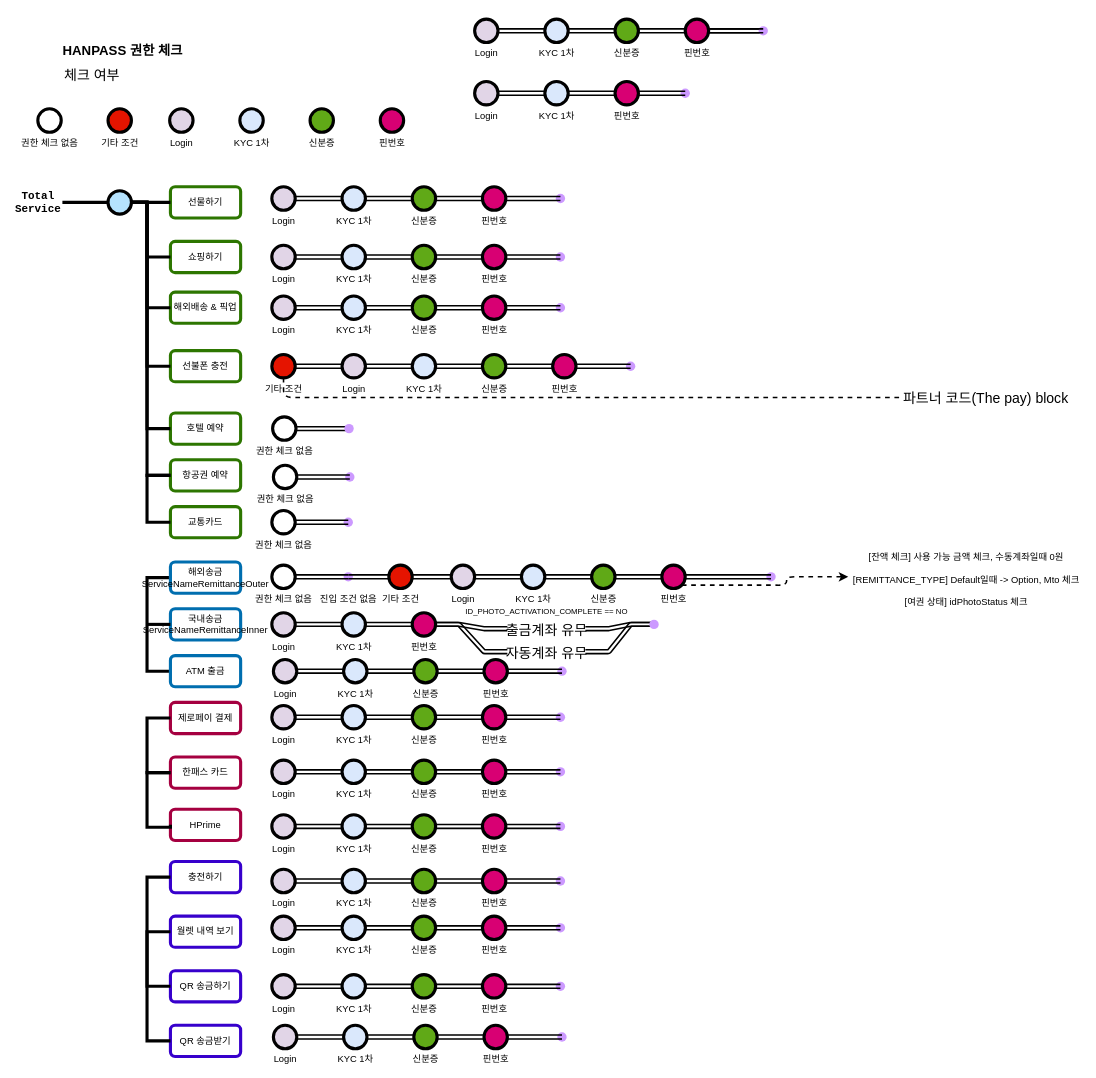
Above: [대외비] iOS 권한 체크 .drawio in kwangho2716/Auth_Draw_Gram (draw.io), before the change. Source tidied: cells renumbered, new cells numbered last; positions are measured from the earlier drawing's top-left corner, leaving out a move shared by most shapes. Both pictures are drawn from the tidied source at 78%, with x=0, y=0 at pixel (13, 15).
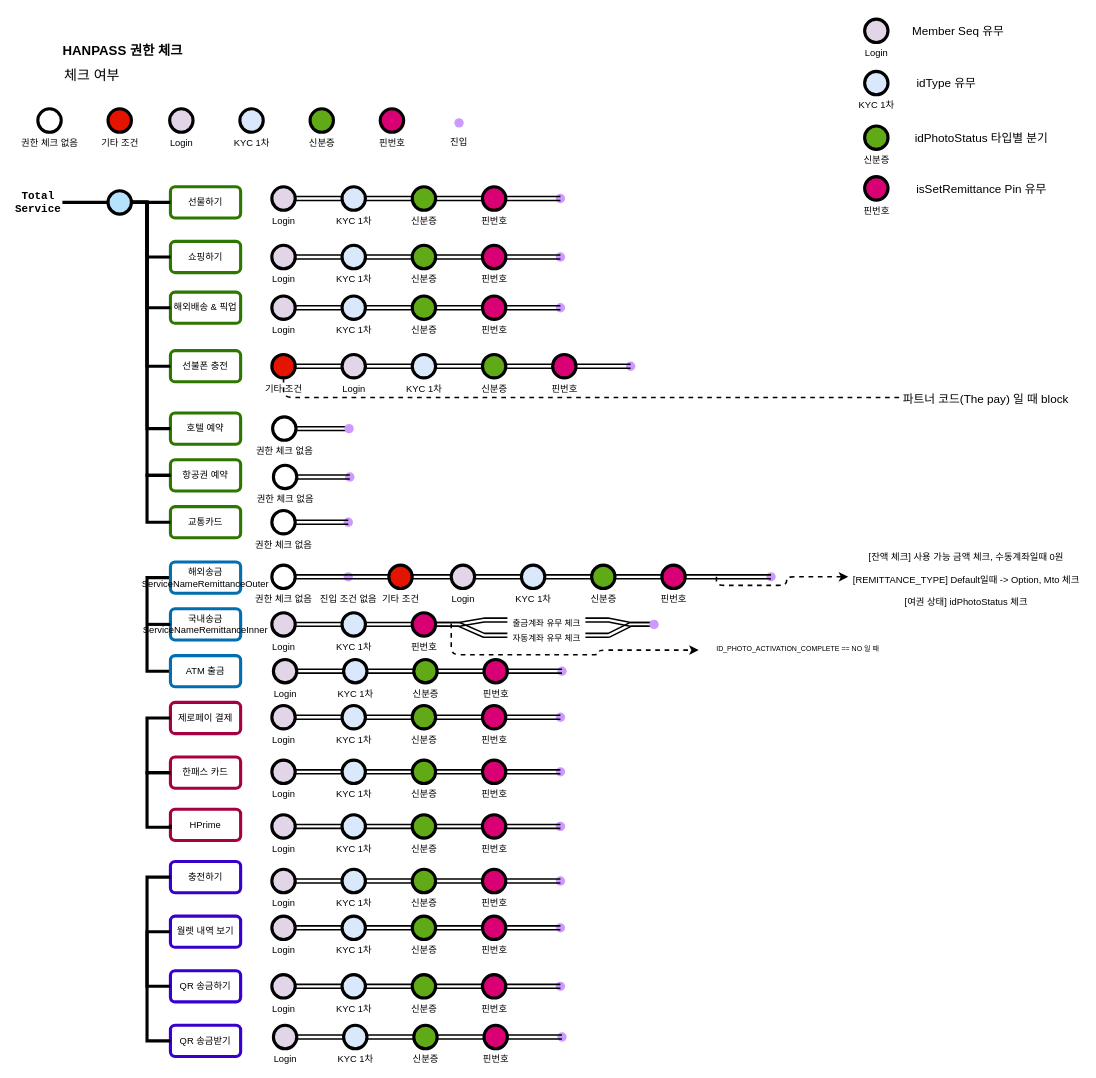
Above is the later version.

Commit message:
[대외비] iOS 권한 체크 .drawio 업데이트

Unchanged cells that the change refers to:
```xml
<mxCell id="204" value="&lt;font color=&quot;#000000&quot;&gt;핀번호&lt;/font&gt;" style="verticalLabelPosition=bottom;verticalAlign=top;html=1;strokeWidth=4;shape=mxgraph.flowchart.on-page_reference;strokeColor=default;fillColor=#d80073;fontColor=#ffffff;" parent="200" vertex="1">
  <mxGeometry x="180" y="5" width="30" height="30" as="geometry" />
</mxCell>
<mxCell id="222" value="&lt;font color=&quot;#000000&quot;&gt;핀번호&lt;/font&gt;" style="verticalLabelPosition=bottom;verticalAlign=top;html=1;strokeWidth=4;shape=mxgraph.flowchart.on-page_reference;strokeColor=default;fillColor=#d80073;fontColor=#ffffff;" parent="216" vertex="1">
  <mxGeometry x="270" y="5" width="30" height="30" as="geometry" />
</mxCell>
<mxCell id="230" value="&lt;span style=&quot;font-size: 12px; font-weight: 400;&quot;&gt;[잔액 체크] 사용 가능 금액 체크, 수동계좌일때 0원&lt;br&gt;[REMITTANCE_TYPE] Default일때 -&amp;gt; Option, Mto 체크&lt;br&gt;[여권 상태] idPhotoStatus 체크&lt;br&gt;&lt;/span&gt;" style="text;strokeColor=none;fillColor=none;html=1;fontSize=24;fontStyle=1;verticalAlign=middle;align=center;fillStyle=auto;fontColor=none;" parent="1" vertex="1">
  <mxGeometry x="1070" y="700" width="301" height="40" as="geometry" />
</mxCell>
```

Change to the diagram source:
```diff
@@
-    <mxCell id="87" style="group;" parent="1" vertex="1">
-      <mxGeometry x="591" y="80" width="290" height="40" as="geometry" />
-    </mxCell>
-    <mxCell id="88" value="KYC 1차" style="verticalLabelPosition=bottom;verticalAlign=top;html=1;strokeWidth=4;shape=mxgraph.flowchart.on-page_reference;plain-blue;gradientColor=none;strokeColor=#000000;" parent="87" vertex="1">
-      <mxGeometry x="90" y="5" width="30" height="30" as="geometry" />
-    </mxCell>
-    <mxCell id="89" style="edgeStyle=entityRelationEdgeStyle;shape=link;rounded=1;sketch=0;jettySize=auto;html=1;entryX=0;entryY=0.5;entryDx=0;entryDy=0;entryPerimeter=0;shadow=0;fontSize=18;fontColor=#000000;startSize=6;endSize=6;sourcePerimeterSpacing=0;targetPerimeterSpacing=0;strokeColor=default;strokeWidth=2;" parent="87" edge="1" source="90" target="88">
-      <mxGeometry relative="1" as="geometry" />
-    </mxCell>
-    <mxCell id="90" value="Login" style="verticalLabelPosition=bottom;verticalAlign=top;html=1;strokeWidth=4;shape=mxgraph.flowchart.on-page_reference;plain-purple;gradientColor=none;strokeColor=#000000;" parent="87" vertex="1">
-      <mxGeometry y="5" width="30" height="30" as="geometry" />
-    </mxCell>
-    <mxCell id="91" value="&lt;font color=&quot;#000000&quot;&gt;핀번호&lt;/font&gt;" style="verticalLabelPosition=bottom;verticalAlign=top;html=1;strokeWidth=4;shape=mxgraph.flowchart.on-page_reference;strokeColor=default;fillColor=#d80073;fontColor=#ffffff;" parent="87" vertex="1">
-      <mxGeometry x="180" y="5" width="30" height="30" as="geometry" />
-    </mxCell>
-    <mxCell id="92" style="edgeStyle=entityRelationEdgeStyle;shape=link;rounded=1;sketch=0;jettySize=auto;html=1;entryX=0;entryY=0.5;entryDx=0;entryDy=0;entryPerimeter=0;shadow=0;fontSize=18;fontColor=#000000;startSize=6;endSize=6;sourcePerimeterSpacing=0;targetPerimeterSpacing=0;strokeColor=default;strokeWidth=2;" parent="87" edge="1" source="88" target="91">
-      <mxGeometry relative="1" as="geometry" />
-    </mxCell>
-    <mxCell id="93" style="shape=waypoint;sketch=0;size=6;points=[];fillColor=#d80073;perimeter=centerPerimeter;snapToPoint=1;verticalAlign=top;fontColor=#000000;strokeWidth=4;strokeColor=#CC99FF;" parent="87" vertex="1">
-      <mxGeometry x="250" width="40" height="40" as="geometry" />
-    </mxCell>
-    <mxCell id="94" style="edgeStyle=entityRelationEdgeStyle;shape=link;rounded=1;sketch=0;jettySize=auto;html=1;shadow=0;fontSize=18;fontColor=#000000;startSize=6;endSize=6;sourcePerimeterSpacing=0;targetPerimeterSpacing=0;strokeColor=default;strokeWidth=2;" parent="87" edge="1" source="91" target="93">
-      <mxGeometry relative="1" as="geometry" />
-    </mxCell>
-    <mxCell id="95" style="group;" parent="1" vertex="1">
-      <mxGeometry x="591" width="390" height="40" as="geometry" />
-    </mxCell>
-    <mxCell id="96" value="KYC 1차" style="verticalLabelPosition=bottom;verticalAlign=top;html=1;strokeWidth=4;shape=mxgraph.flowchart.on-page_reference;plain-blue;gradientColor=none;strokeColor=#000000;" parent="95" vertex="1">
-      <mxGeometry x="90" y="5" width="30" height="30" as="geometry" />
-    </mxCell>
-    <mxCell id="97" style="edgeStyle=entityRelationEdgeStyle;shape=link;rounded=1;sketch=0;jettySize=auto;html=1;entryX=0;entryY=0.5;entryDx=0;entryDy=0;entryPerimeter=0;shadow=0;fontSize=18;fontColor=#000000;startSize=6;endSize=6;sourcePerimeterSpacing=0;targetPerimeterSpacing=0;strokeColor=default;strokeWidth=2;" parent="95" edge="1" source="98" target="96">
-      <mxGeometry relative="1" as="geometry" />
-    </mxCell>
-    <mxCell id="98" value="Login" style="verticalLabelPosition=bottom;verticalAlign=top;html=1;strokeWidth=4;shape=mxgraph.flowchart.on-page_reference;plain-purple;gradientColor=none;strokeColor=#000000;" parent="95" vertex="1">
-      <mxGeometry y="5" width="30" height="30" as="geometry" />
-    </mxCell>
-    <mxCell id="99" value="&lt;font color=&quot;#000000&quot;&gt;신분증&lt;/font&gt;" style="verticalLabelPosition=bottom;verticalAlign=top;html=1;strokeWidth=4;shape=mxgraph.flowchart.on-page_reference;strokeColor=#000000;fillColor=#60a917;fontColor=#ffffff;" parent="95" vertex="1">
-      <mxGeometry x="180" y="5" width="30" height="30" as="geometry" />
-    </mxCell>
-    <mxCell id="100" style="edgeStyle=entityRelationEdgeStyle;shape=link;rounded=1;sketch=0;jettySize=auto;html=1;entryX=0;entryY=0.5;entryDx=0;entryDy=0;entryPerimeter=0;shadow=0;fontSize=18;fontColor=#000000;startSize=6;endSize=6;sourcePerimeterSpacing=0;targetPerimeterSpacing=0;strokeColor=default;strokeWidth=2;" parent="95" edge="1" source="96" target="99">
-      <mxGeometry relative="1" as="geometry" />
-    </mxCell>
-    <mxCell id="101" style="edgeStyle=entityRelationEdgeStyle;shape=link;rounded=1;sketch=0;jettySize=auto;html=1;shadow=0;fontSize=18;fontColor=#000000;startSize=6;endSize=6;sourcePerimeterSpacing=0;targetPerimeterSpacing=0;strokeColor=default;strokeWidth=2;" parent="95" edge="1" source="102" target="104">
-      <mxGeometry relative="1" as="geometry" />
-    </mxCell>
-    <mxCell id="102" value="&lt;font color=&quot;#000000&quot;&gt;핀번호&lt;/font&gt;" style="verticalLabelPosition=bottom;verticalAlign=top;html=1;strokeWidth=4;shape=mxgraph.flowchart.on-page_reference;strokeColor=default;fillColor=#d80073;fontColor=#ffffff;" parent="95" vertex="1">
-      <mxGeometry x="270" y="5" width="30" height="30" as="geometry" />
-    </mxCell>
-    <mxCell id="103" style="edgeStyle=entityRelationEdgeStyle;shape=link;rounded=1;sketch=0;jettySize=auto;html=1;entryX=0;entryY=0.5;entryDx=0;entryDy=0;entryPerimeter=0;shadow=0;fontSize=18;fontColor=#000000;startSize=6;endSize=6;sourcePerimeterSpacing=0;targetPerimeterSpacing=0;strokeColor=default;strokeWidth=2;" parent="95" edge="1" source="99" target="102">
-      <mxGeometry relative="1" as="geometry" />
-    </mxCell>
-    <mxCell id="104" style="shape=waypoint;sketch=0;size=6;points=[];fillColor=#d80073;perimeter=centerPerimeter;snapToPoint=1;verticalAlign=top;fontColor=#000000;strokeWidth=4;strokeColor=#CC99FF;" parent="95" vertex="1">
-      <mxGeometry x="350" width="40" height="40" as="geometry" />
-    </mxCell>
-    <mxCell id="105" style="edgeStyle=entityRelationEdgeStyle;shape=link;rounded=1;sketch=0;jettySize=auto;html=1;shadow=0;fontSize=18;fontColor=#000000;startSize=6;endSize=6;sourcePerimeterSpacing=0;targetPerimeterSpacing=0;strokeColor=default;strokeWidth=2;" parent="95" edge="1" source="102" target="104">
-      <mxGeometry relative="1" as="geometry" />
-    </mxCell>
@@
     <mxCell id="200" style="group;" parent="1" vertex="1">
-      <mxGeometry x="331" y="761" width="290" height="40" as="geometry" />
+      <mxGeometry x="331" y="761" width="517" height="44" as="geometry" />
     </mxCell>
@@
+    <mxCell id="209" value="&lt;span style=&quot;font-weight: 400;&quot;&gt;&lt;font style=&quot;font-size: 11px;&quot;&gt;출금계좌 유무 체크&lt;/font&gt;&lt;/span&gt;" style="text;strokeColor=none;fillColor=none;html=1;fontSize=24;fontStyle=1;verticalAlign=middle;align=center;fillStyle=auto;fontColor=#000000;" parent="200" vertex="1">
+      <mxGeometry x="302" y="5" width="100" height="19" as="geometry" />
+    </mxCell>
-    <mxCell id="206" style="edgeStyle=entityRelationEdgeStyle;shape=link;rounded=1;sketch=0;jettySize=auto;html=1;shadow=0;fontSize=18;fontColor=#000000;startSize=6;endSize=6;sourcePerimeterSpacing=0;targetPerimeterSpacing=0;strokeColor=default;strokeWidth=2;entryX=0;entryY=0.5;entryDx=0;entryDy=0;" parent="1" edge="1" source="204" target="209">
+    <mxCell id="206" style="edgeStyle=entityRelationEdgeStyle;shape=link;rounded=1;sketch=0;jettySize=auto;html=1;shadow=0;fontSize=18;fontColor=#000000;startSize=6;endSize=6;sourcePerimeterSpacing=0;targetPerimeterSpacing=0;strokeColor=default;strokeWidth=2;entryX=0;entryY=0.5;entryDx=0;entryDy=0;" parent="200" edge="1" source="204" target="209">
       <mxGeometry relative="1" as="geometry" />
     </mxCell>
+    <mxCell id="211" value="&lt;font style=&quot;font-weight: normal; font-size: 11px;&quot;&gt;자동계좌 유무 체크&lt;br&gt;&lt;/font&gt;" style="text;strokeColor=none;fillColor=none;html=1;fontSize=24;fontStyle=1;verticalAlign=middle;align=center;fillStyle=auto;fontColor=#000000;" parent="200" vertex="1">
+      <mxGeometry x="302" y="24" width="100" height="20" as="geometry" />
+    </mxCell>
-    <mxCell id="207" style="edgeStyle=entityRelationEdgeStyle;shape=link;rounded=1;sketch=0;jettySize=auto;html=1;shadow=0;fontSize=18;fontColor=#000000;startSize=6;endSize=6;sourcePerimeterSpacing=0;targetPerimeterSpacing=0;strokeColor=default;strokeWidth=2;entryX=0;entryY=0.5;entryDx=0;entryDy=0;" parent="1" edge="1" source="204" target="211">
+    <mxCell id="207" style="edgeStyle=entityRelationEdgeStyle;shape=link;rounded=1;sketch=0;jettySize=auto;html=1;shadow=0;fontSize=18;fontColor=#000000;startSize=6;endSize=6;sourcePerimeterSpacing=0;targetPerimeterSpacing=0;strokeColor=default;strokeWidth=2;entryX=0;entryY=0.5;entryDx=0;entryDy=0;" parent="200" edge="1" source="204" target="211">
       <mxGeometry relative="1" as="geometry" />
     </mxCell>
@@
-    <mxCell id="209" value="&lt;span style=&quot;font-size: 18px; font-weight: 400;&quot;&gt;출금계좌 유무&lt;/span&gt;" style="text;strokeColor=none;fillColor=none;html=1;fontSize=24;fontStyle=1;verticalAlign=middle;align=center;fillStyle=auto;fontColor=#000000;" parent="1" vertex="1">
-      <mxGeometry x="633" y="777" width="100" height="19" as="geometry" />
-    </mxCell>
@@
-    <mxCell id="211" value="&lt;font style=&quot;font-size: 18px; font-weight: normal;&quot;&gt;자동계좌 유무&lt;/font&gt;" style="text;strokeColor=none;fillColor=none;html=1;fontSize=24;fontStyle=1;verticalAlign=middle;align=center;fillStyle=auto;fontColor=#000000;" parent="1" vertex="1">
-      <mxGeometry x="633" y="806" width="100" height="20" as="geometry" />
-    </mxCell>
@@
-    <mxCell id="214" value="&lt;span style=&quot;font-weight: normal;&quot;&gt;&lt;font style=&quot;font-size: 18px;&quot;&gt;파트너 코드(The pay) block&lt;/font&gt;&lt;/span&gt;" style="text;strokeColor=none;fillColor=none;html=1;fontSize=24;fontStyle=1;verticalAlign=middle;align=center;fillStyle=auto;fontColor=none;" parent="1" vertex="1">
+    <mxCell id="214" value="&lt;span style=&quot;font-weight: normal;&quot;&gt;&lt;font style=&quot;font-size: 15px;&quot;&gt;파트너 코드(The pay) 일 때 block&lt;/font&gt;&lt;/span&gt;" style="text;strokeColor=none;fillColor=none;html=1;fontSize=24;fontStyle=1;verticalAlign=middle;align=center;fillStyle=auto;fontColor=none;" parent="1" vertex="1">
       <mxGeometry x="1141" y="470" width="210" height="40" as="geometry" />
     </mxCell>
-    <mxCell id="215" value="&lt;span style=&quot;font-weight: normal;&quot;&gt;&lt;font style=&quot;font-size: 10px;&quot;&gt;ID_PHOTO_ACTIVATION_COMPLETE == NO&lt;br&gt;&lt;/font&gt;&lt;/span&gt;" style="text;strokeColor=none;fillColor=none;html=1;fontSize=24;fontStyle=1;verticalAlign=bottom;align=center;fillStyle=auto;fontColor=none;horizontal=1;" parent="1" vertex="1">
-      <mxGeometry x="574" y="758" width="218" height="19" as="geometry" />
-    </mxCell>
@@
-    <mxCell id="229" style="edgeStyle=orthogonalEdgeStyle;rounded=1;sketch=0;jettySize=auto;html=1;exitX=0.855;exitY=0.855;exitDx=0;exitDy=0;exitPerimeter=0;shadow=0;dashed=1;labelBackgroundColor=none;fontSize=12;fontColor=none;sourcePerimeterSpacing=0;targetPerimeterSpacing=0;strokeColor=default;strokeWidth=2;entryX=0;entryY=0.5;entryDx=0;entryDy=0;" parent="1" edge="1" source="222" target="230">
+    <mxCell id="229" style="edgeStyle=orthogonalEdgeStyle;rounded=1;sketch=0;jettySize=auto;html=1;shadow=0;dashed=1;labelBackgroundColor=none;fontSize=12;fontColor=none;sourcePerimeterSpacing=0;targetPerimeterSpacing=0;strokeColor=default;strokeWidth=2;entryX=0;entryY=0.5;entryDx=0;entryDy=0;" parent="1" edge="1" target="230">
       <mxGeometry relative="1" as="geometry">
+        <mxPoint x="901" y="720" as="sourcePoint" />
         <Array as="points">
           <mxPoint x="991" y="731" />
           <mxPoint x="991" y="720" />
         </Array>
       </mxGeometry>
     </mxCell>
@@
+    <mxCell id="231" style="group;" parent="1" vertex="1">
+      <mxGeometry x="1091" y="5" width="180" height="30" as="geometry" />
+    </mxCell>
+    <mxCell id="232" value="Login" style="verticalLabelPosition=bottom;verticalAlign=top;html=1;strokeWidth=4;shape=mxgraph.flowchart.on-page_reference;plain-purple;gradientColor=none;strokeColor=#000000;" parent="231" vertex="1">
+      <mxGeometry width="30" height="30" as="geometry" />
+    </mxCell>
+    <mxCell id="233" value="Member Seq 유무" style="text;html=1;strokeColor=none;fillColor=none;align=center;verticalAlign=middle;whiteSpace=wrap;rounded=0;fillStyle=auto;fontSize=15;fontColor=none;" parent="231" vertex="1">
+      <mxGeometry x="60" width="120" height="30" as="geometry" />
+    </mxCell>
+    <mxCell id="234" style="group;" parent="1" vertex="1">
+      <mxGeometry x="1091" y="207" width="240" height="30" as="geometry" />
+    </mxCell>
+    <mxCell id="235" value="&lt;font color=&quot;#000000&quot;&gt;핀번호&lt;/font&gt;" style="verticalLabelPosition=bottom;verticalAlign=top;html=1;strokeWidth=4;shape=mxgraph.flowchart.on-page_reference;strokeColor=default;fillColor=#d80073;fontColor=#ffffff;" parent="234" vertex="1">
+      <mxGeometry width="30" height="30" as="geometry" />
+    </mxCell>
+    <mxCell id="236" value="isSetRemittance Pin 유무" style="text;html=1;strokeColor=none;fillColor=none;align=center;verticalAlign=middle;whiteSpace=wrap;rounded=0;fillStyle=auto;fontSize=15;fontColor=none;" parent="234" vertex="1">
+      <mxGeometry x="60" width="180" height="30" as="geometry" />
+    </mxCell>
+    <mxCell id="237" style="group;" parent="1" vertex="1">
+      <mxGeometry x="1091" y="142" width="240" height="30" as="geometry" />
+    </mxCell>
+    <mxCell id="99" value="&lt;font color=&quot;#000000&quot;&gt;신분증&lt;/font&gt;" style="verticalLabelPosition=bottom;verticalAlign=top;html=1;strokeWidth=4;shape=mxgraph.flowchart.on-page_reference;strokeColor=#000000;fillColor=#60a917;fontColor=#ffffff;" parent="237" vertex="1">
+      <mxGeometry width="30" height="30" as="geometry" />
+    </mxCell>
+    <mxCell id="238" value="idPhotoStatus 타입별 분기" style="text;html=1;strokeColor=none;fillColor=none;align=center;verticalAlign=middle;whiteSpace=wrap;rounded=0;fillStyle=auto;fontSize=15;fontColor=none;" parent="237" vertex="1">
+      <mxGeometry x="60" width="180" height="30" as="geometry" />
+    </mxCell>
+    <mxCell id="239" style="group;" parent="1" vertex="1">
+      <mxGeometry x="1091" y="72" width="150" height="30" as="geometry" />
+    </mxCell>
+    <mxCell id="240" value="KYC 1차" style="verticalLabelPosition=bottom;verticalAlign=top;html=1;strokeWidth=4;shape=mxgraph.flowchart.on-page_reference;plain-blue;gradientColor=none;strokeColor=#000000;" parent="239" vertex="1">
+      <mxGeometry width="30" height="30" as="geometry" />
+    </mxCell>
+    <mxCell id="241" value="idType 유무" style="text;html=1;strokeColor=none;fillColor=none;align=center;verticalAlign=middle;whiteSpace=wrap;rounded=0;fillStyle=auto;fontSize=15;fontColor=none;" parent="239" vertex="1">
+      <mxGeometry x="60" width="90" height="30" as="geometry" />
+    </mxCell>
+    <mxCell id="242" style="group;" parent="1" vertex="1">
+      <mxGeometry x="551" y="118" width="40" height="55" as="geometry" />
+    </mxCell>
+    <mxCell id="243" style="shape=waypoint;sketch=0;size=6;fillColor=#d80073;perimeter=centerPerimeter;verticalAlign=top;fontColor=#000000;strokeWidth=4;strokeColor=#CC99FF;" parent="242" vertex="1">
+      <mxGeometry width="40" height="40" as="geometry" />
+    </mxCell>
+    <mxCell id="244" value="진입" style="text;html=1;strokeColor=none;fillColor=none;align=center;verticalAlign=middle;whiteSpace=wrap;rounded=0;fillStyle=auto;fontSize=12;fontColor=none;" parent="242" vertex="1">
+      <mxGeometry x="4" y="35" width="32" height="20" as="geometry" />
+    </mxCell>
+    <mxCell id="215" value="&lt;span style=&quot;font-weight: normal;&quot;&gt;&lt;font style=&quot;&quot;&gt;&lt;font style=&quot;font-size: 9px;&quot;&gt;ID_PHOTO_ACTIVATION_COMPLETE == NO 일 때&lt;/font&gt;&lt;br&gt;&lt;/font&gt;&lt;/span&gt;" style="text;strokeColor=none;fillColor=none;html=1;fontSize=24;fontStyle=1;verticalAlign=bottom;align=center;fillStyle=auto;fontColor=none;horizontal=1;" parent="1" vertex="1">
+      <mxGeometry x="881" y="805" width="247" height="19" as="geometry" />
+    </mxCell>
+    <mxCell id="245" style="endArrow=classic;html=1;rounded=1;shadow=0;dashed=1;labelBackgroundColor=none;sketch=0;fontSize=9;fontColor=none;sourcePerimeterSpacing=0;targetPerimeterSpacing=0;strokeColor=default;strokeWidth=2;edgeStyle=orthogonalEdgeStyle;elbow=vertical;entryX=-0.011;entryY=0.472;entryDx=0;entryDy=0;entryPerimeter=0;" parent="1" edge="1" target="215">
+      <mxGeometry relative="1" as="geometry">
+        <mxPoint x="561" y="780" as="sourcePoint" />
+        <Array as="points">
+          <mxPoint x="561" y="820" />
+          <mxPoint x="751" y="820" />
+          <mxPoint x="751" y="814" />
+        </Array>
+      </mxGeometry>
+    </mxCell>
```
